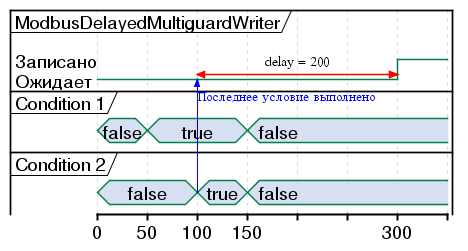
Before: Dissertation/images/modbus_delayed_multiguarded_writer.png, a diagram exported from PlantUML (UlrichVonRekkenin/PhdLaTeX).
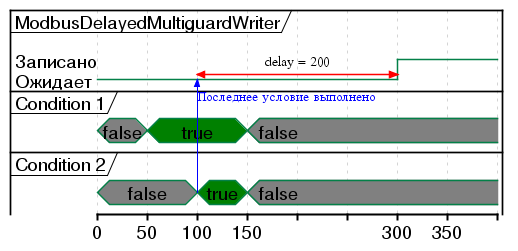
After the change.

The edit, as a diff of the source:
```diff
@@ -2,6 +2,8 @@
 scale 1.5
 skinparam {
     Dpi 300
+    PackageFontSize 20
+    arrowThickness 4
     DefaultFontSize 18
     ClassFontSize 28
     ClassAttributeFontSize 25
@@ -11,27 +13,23 @@
 concise "Condition 1" as cond1
 concise "Condition 2" as cond2
 
-@0
-cond1 is false
-cond2 is false
-guard is Ожидает
+@cond1
+0 is false #Gray
+50 is true #Green
+150 is false #Gray
 
-@50
-cond1 is true
+@cond2
+0 is false #Gray
+100 is true #Green
+150 is false #Gray
 
 @guard
+0 is Ожидает
 @100 <-> @+200 : delay = 200
+300 is Записано
 
-@100
-cond2 -> guard : Последнее условие выполнено
-cond2 is true
-guard is Ожидает
+cond2@100 -> guard@100 : Последнее условие выполнено
 
 @+50
-cond1 is false
-cond2 is false
-
-@300
-guard is Записано
 
 @enduml
```
